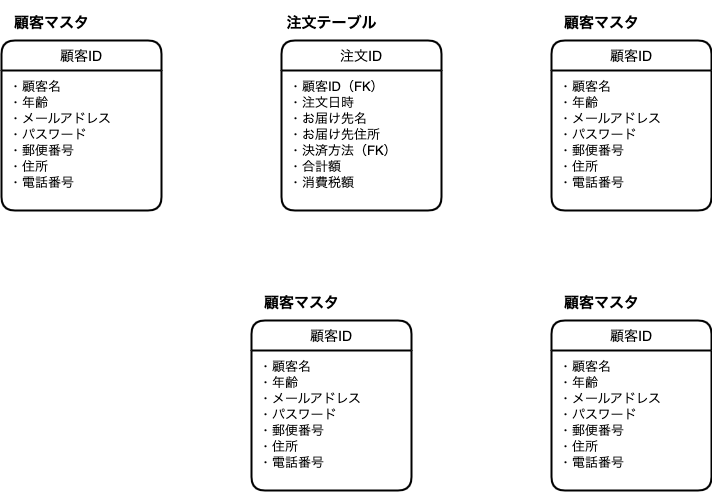
The draw.io diagram portfolio.drawio.png in june1983/java, before a commit. Source tidied: cells renumbered, new cells last; positions are measured from the earlier drawing's top-left corner, leaving out a move shared by most shapes.
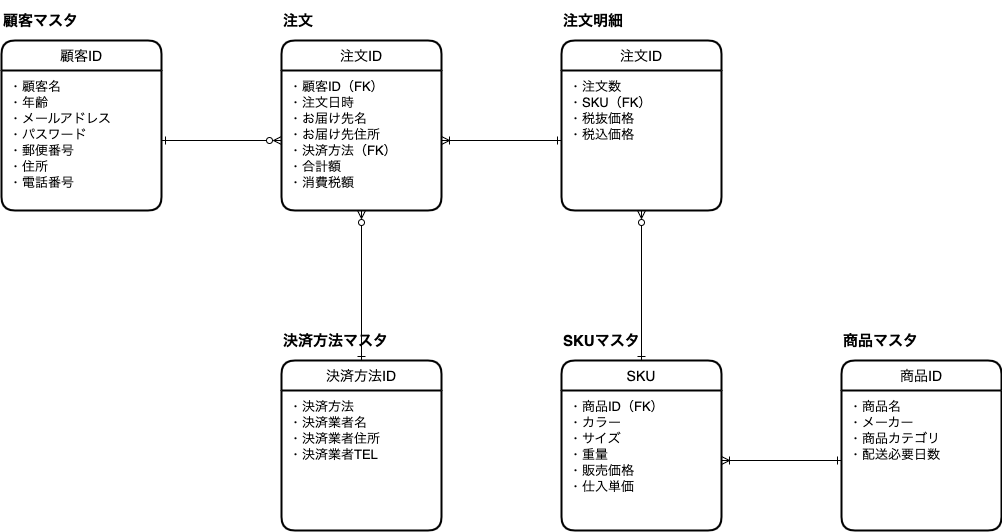
After the change.

Commit message:
portfolio.drawio.png を更新します

Diff of the diagram source:
```diff
@@ -2,8 +2,8 @@
   <root>
     <mxCell id="0" />
     <mxCell id="1" parent="0" />
-    <mxCell id="2" value="&lt;font style=&quot;font-size: 15px&quot;&gt;顧客マスタ&lt;/font&gt;" style="text;strokeColor=none;fillColor=none;html=1;fontSize=24;fontStyle=1;verticalAlign=middle;align=center;" parent="1" vertex="1">
-      <mxGeometry width="100" height="40" as="geometry" />
+    <mxCell id="2" value="&lt;font style=&quot;font-size: 15px;&quot;&gt;顧客マスタ&lt;/font&gt;" style="text;strokeColor=none;fillColor=none;html=1;fontSize=15;fontStyle=1;verticalAlign=middle;align=left;" parent="1" vertex="1">
+      <mxGeometry width="160" height="40" as="geometry" />
     </mxCell>
     <mxCell id="3" value="顧客ID" style="swimlane;horizontal=1;startSize=30;rounded=1;fontSize=14;fontStyle=0;strokeWidth=2;shadow=0;dashed=0;align=center;" parent="1" vertex="1">
       <mxGeometry y="40" width="160" height="170" as="geometry" />
@@ -11,8 +11,8 @@
     <mxCell id="4" value="・顧客名&#10;・年齢&#10;・メールアドレス&#10;・パスワード&#10;・郵便番号&#10;・住所&#10;・電話番号&#10;" style="align=left;strokeColor=none;fillColor=none;spacingLeft=4;fontSize=13;verticalAlign=top;spacing=4;" parent="3" vertex="1">
       <mxGeometry y="30" width="160" height="140" as="geometry" />
     </mxCell>
-    <mxCell id="5" value="&lt;font style=&quot;font-size: 15px&quot;&gt;注文テーブル&lt;/font&gt;" style="text;strokeColor=none;fillColor=none;html=1;fontSize=24;fontStyle=1;verticalAlign=middle;align=center;" parent="1" vertex="1">
-      <mxGeometry x="280" width="100" height="40" as="geometry" />
+    <mxCell id="5" value="&lt;font style=&quot;font-size: 15px;&quot;&gt;注文&lt;/font&gt;" style="text;strokeColor=none;fillColor=none;html=1;fontSize=15;fontStyle=1;verticalAlign=middle;align=left;" parent="1" vertex="1">
+      <mxGeometry x="280" width="160" height="40" as="geometry" />
     </mxCell>
     <mxCell id="6" value="注文ID" style="swimlane;horizontal=1;startSize=30;rounded=1;fontSize=14;fontStyle=0;strokeWidth=2;shadow=0;dashed=0;align=center;" parent="1" vertex="1">
       <mxGeometry x="280" y="40" width="160" height="170" as="geometry" />
@@ -20,32 +20,59 @@
     <mxCell id="7" value="・顧客ID（FK）&#10;・注文日時&#10;・お届け先名&#10;・お届け先住所&#10;・決済方法（FK）&#10;・合計額&#10;・消費税額&#10;" style="align=left;strokeColor=none;fillColor=none;spacingLeft=4;fontSize=13;verticalAlign=top;spacing=4;" parent="6" vertex="1">
       <mxGeometry y="30" width="160" height="140" as="geometry" />
     </mxCell>
-    <mxCell id="8" value="&lt;font style=&quot;font-size: 15px&quot;&gt;顧客マスタ&lt;/font&gt;" style="text;strokeColor=none;fillColor=none;html=1;fontSize=24;fontStyle=1;verticalAlign=middle;align=center;" parent="1" vertex="1">
-      <mxGeometry x="550" width="100" height="40" as="geometry" />
+    <mxCell id="8" value="&lt;span style=&quot;font-size: 15px;&quot;&gt;注文明細&lt;/span&gt;" style="text;strokeColor=none;fillColor=none;html=1;fontSize=15;fontStyle=1;verticalAlign=middle;align=left;" parent="1" vertex="1">
+      <mxGeometry x="560" width="160" height="40" as="geometry" />
     </mxCell>
-    <mxCell id="9" value="顧客ID" style="swimlane;horizontal=1;startSize=30;rounded=1;fontSize=14;fontStyle=0;strokeWidth=2;shadow=0;dashed=0;align=center;" parent="1" vertex="1">
-      <mxGeometry x="550" y="40" width="160" height="170" as="geometry" />
+    <mxCell id="9" value="注文ID" style="swimlane;horizontal=1;startSize=30;rounded=1;fontSize=14;fontStyle=0;strokeWidth=2;shadow=0;dashed=0;align=center;" parent="1" vertex="1">
+      <mxGeometry x="560" y="40" width="160" height="170" as="geometry" />
     </mxCell>
-    <mxCell id="10" value="・顧客名&#10;・年齢&#10;・メールアドレス&#10;・パスワード&#10;・郵便番号&#10;・住所&#10;・電話番号&#10;" style="align=left;strokeColor=none;fillColor=none;spacingLeft=4;fontSize=13;verticalAlign=top;spacing=4;" parent="9" vertex="1">
+    <mxCell id="10" value="・注文数&#10;・SKU（FK）&#10;・税抜価格&#10;・税込価格&#10;" style="align=left;strokeColor=none;fillColor=none;spacingLeft=4;fontSize=13;verticalAlign=top;spacing=4;" parent="9" vertex="1">
       <mxGeometry y="30" width="160" height="140" as="geometry" />
     </mxCell>
-    <mxCell id="11" value="&lt;font style=&quot;font-size: 15px&quot;&gt;顧客マスタ&lt;/font&gt;" style="text;strokeColor=none;fillColor=none;html=1;fontSize=24;fontStyle=1;verticalAlign=middle;align=center;" parent="1" vertex="1">
-      <mxGeometry x="250" y="280" width="100" height="40" as="geometry" />
+    <mxCell id="11" value="&lt;font style=&quot;font-size: 15px;&quot;&gt;決済方法マスタ&lt;/font&gt;" style="text;strokeColor=none;fillColor=none;html=1;fontSize=15;fontStyle=1;verticalAlign=middle;align=left;" parent="1" vertex="1">
+      <mxGeometry x="280" y="320" width="160" height="40" as="geometry" />
     </mxCell>
+    <mxCell id="17" style="edgeStyle=orthogonalEdgeStyle;rounded=1;jettySize=auto;html=1;exitX=0.5;exitY=0;exitDx=0;exitDy=0;entryX=0.5;entryY=1;entryDx=0;entryDy=0;fontSize=13;startArrow=ERone;startFill=0;endArrow=ERzeroToMany;endFill=0;strokeColor=default;" parent="1" edge="1" source="12" target="7">
+      <mxGeometry relative="1" as="geometry" />
+    </mxCell>
-    <mxCell id="12" value="顧客ID" style="swimlane;horizontal=1;startSize=30;rounded=1;fontSize=14;fontStyle=0;strokeWidth=2;shadow=0;dashed=0;align=center;" parent="1" vertex="1">
-      <mxGeometry x="250" y="320" width="160" height="170" as="geometry" />
+    <mxCell id="12" value="決済方法ID" style="swimlane;horizontal=1;startSize=30;rounded=1;fontSize=14;fontStyle=0;strokeWidth=2;shadow=0;dashed=0;align=center;" parent="1" vertex="1">
+      <mxGeometry x="280" y="360" width="160" height="170" as="geometry" />
     </mxCell>
-    <mxCell id="13" value="・顧客名&#10;・年齢&#10;・メールアドレス&#10;・パスワード&#10;・郵便番号&#10;・住所&#10;・電話番号&#10;" style="align=left;strokeColor=none;fillColor=none;spacingLeft=4;fontSize=13;verticalAlign=top;spacing=4;" parent="12" vertex="1">
+    <mxCell id="13" value="・決済方法&#10;・決済業者名&#10;・決済業者住所&#10;・決済業者TEL&#10;" style="align=left;strokeColor=none;fillColor=none;spacingLeft=4;fontSize=13;verticalAlign=top;spacing=4;" parent="12" vertex="1">
       <mxGeometry y="30" width="160" height="140" as="geometry" />
     </mxCell>
+    <mxCell id="18" style="edgeStyle=orthogonalEdgeStyle;rounded=1;jettySize=auto;html=1;fontSize=13;startArrow=ERone;startFill=0;endArrow=ERzeroToMany;endFill=0;strokeColor=default;" parent="1" edge="1" source="14" target="16">
+      <mxGeometry relative="1" as="geometry" />
+    </mxCell>
-    <mxCell id="14" value="&lt;font style=&quot;font-size: 15px&quot;&gt;顧客マスタ&lt;/font&gt;" style="text;strokeColor=none;fillColor=none;html=1;fontSize=24;fontStyle=1;verticalAlign=middle;align=center;" parent="1" vertex="1">
-      <mxGeometry x="550" y="280" width="100" height="40" as="geometry" />
+    <mxCell id="14" value="&lt;font style=&quot;font-size: 15px;&quot;&gt;SKUマスタ&lt;/font&gt;" style="text;strokeColor=none;fillColor=none;html=1;fontSize=15;fontStyle=1;verticalAlign=middle;align=left;" parent="1" vertex="1">
+      <mxGeometry x="560" y="320" width="160" height="40" as="geometry" />
     </mxCell>
+    <mxCell id="19" style="edgeStyle=orthogonalEdgeStyle;rounded=1;jettySize=auto;html=1;exitX=0.5;exitY=0;exitDx=0;exitDy=0;entryX=0.5;entryY=1;entryDx=0;entryDy=0;fontSize=13;startArrow=ERone;startFill=0;endArrow=ERzeroToMany;endFill=0;strokeColor=default;" parent="1" edge="1" source="15" target="10">
+      <mxGeometry relative="1" as="geometry" />
+    </mxCell>
-    <mxCell id="15" value="顧客ID" style="swimlane;horizontal=1;startSize=30;rounded=1;fontSize=14;fontStyle=0;strokeWidth=2;shadow=0;dashed=0;align=center;" parent="1" vertex="1">
-      <mxGeometry x="550" y="320" width="160" height="170" as="geometry" />
+    <mxCell id="15" value="SKU" style="swimlane;horizontal=1;startSize=30;rounded=1;fontSize=14;fontStyle=0;strokeWidth=2;shadow=0;dashed=0;align=center;" parent="1" vertex="1">
+      <mxGeometry x="560" y="360" width="160" height="170" as="geometry" />
     </mxCell>
-    <mxCell id="16" value="・顧客名&#10;・年齢&#10;・メールアドレス&#10;・パスワード&#10;・郵便番号&#10;・住所&#10;・電話番号&#10;" style="align=left;strokeColor=none;fillColor=none;spacingLeft=4;fontSize=13;verticalAlign=top;spacing=4;" parent="15" vertex="1">
+    <mxCell id="16" value="・商品ID（FK）&#10;・カラー&#10;・サイズ&#10;・重量&#10;・販売価格&#10;・仕入単価&#10;&#10;" style="align=left;strokeColor=none;fillColor=none;spacingLeft=4;fontSize=13;verticalAlign=top;spacing=4;" parent="15" vertex="1">
       <mxGeometry y="30" width="160" height="140" as="geometry" />
     </mxCell>
+    <mxCell id="20" value="&lt;span style=&quot;font-size: 15px;&quot;&gt;商品マスタ&lt;/span&gt;" style="text;strokeColor=none;fillColor=none;html=1;fontSize=15;fontStyle=1;verticalAlign=middle;align=left;" parent="1" vertex="1">
+      <mxGeometry x="840" y="320" width="160" height="40" as="geometry" />
+    </mxCell>
+    <mxCell id="21" value="商品ID" style="swimlane;horizontal=1;startSize=30;rounded=1;fontSize=14;fontStyle=0;strokeWidth=2;shadow=0;dashed=0;align=center;" parent="1" vertex="1">
+      <mxGeometry x="840" y="360" width="160" height="170" as="geometry" />
+    </mxCell>
+    <mxCell id="22" value="・商品名&#10;・メーカー&#10;・商品カテゴリ&#10;・配送必要日数&#10;" style="align=left;strokeColor=none;fillColor=none;spacingLeft=4;fontSize=13;verticalAlign=top;spacing=4;" parent="21" vertex="1">
+      <mxGeometry y="30" width="160" height="140" as="geometry" />
+    </mxCell>
+    <mxCell id="23" style="edgeStyle=orthogonalEdgeStyle;rounded=1;jettySize=auto;html=1;exitX=1;exitY=0.5;exitDx=0;exitDy=0;entryX=0;entryY=0.5;entryDx=0;entryDy=0;fontSize=13;startArrow=ERone;startFill=0;endArrow=ERzeroToMany;endFill=0;strokeColor=default;" parent="1" edge="1" source="4" target="7">
+      <mxGeometry relative="1" as="geometry" />
+    </mxCell>
+    <mxCell id="24" style="edgeStyle=orthogonalEdgeStyle;rounded=1;jettySize=auto;html=1;exitX=0;exitY=0.5;exitDx=0;exitDy=0;entryX=1;entryY=0.5;entryDx=0;entryDy=0;fontSize=15;startArrow=ERone;startFill=0;endArrow=ERoneToMany;endFill=0;strokeColor=default;" parent="1" edge="1" source="22" target="16">
+      <mxGeometry relative="1" as="geometry" />
+    </mxCell>
+    <mxCell id="25" style="edgeStyle=orthogonalEdgeStyle;rounded=1;jettySize=auto;html=1;exitX=0;exitY=0.5;exitDx=0;exitDy=0;entryX=1;entryY=0.5;entryDx=0;entryDy=0;fontSize=15;startArrow=ERone;startFill=0;endArrow=ERoneToMany;endFill=0;strokeColor=default;" parent="1" edge="1" source="10" target="7">
+      <mxGeometry relative="1" as="geometry" />
+    </mxCell>
   </root>
 </mxGraphModel>
```
